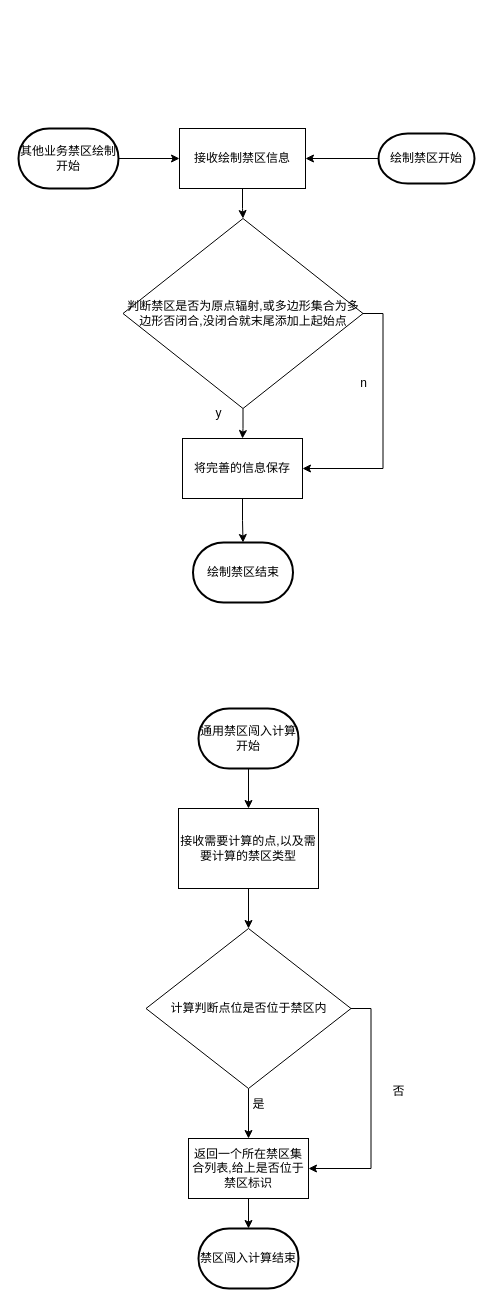
This is 未命名绘图.drawio from liguangrgj/fenx, a draw.io file, before an edit. Source tidied: cells renumbered, new cells numbered last; positions are measured from the earlier drawing's top-left corner, leaving out a move shared by most shapes. Both pictures are drawn from the tidied source at 100%, with x=0, y=0 at pixel (18, 128).
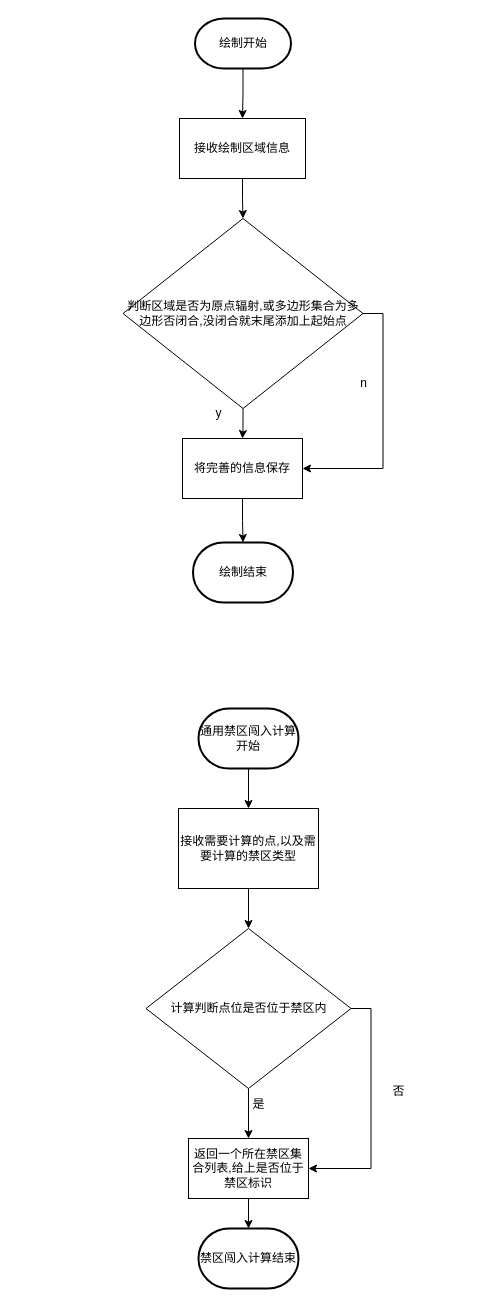
After the change.

What changed in the source:
```diff
@@
-    <mxCell id="2" style="edgeStyle=orthogonalEdgeStyle;rounded=0;jettySize=auto;html=1;entryX=1;entryY=0.5;entryDx=0;entryDy=0;" parent="1" edge="1" source="3" target="5">
+    <mxCell id="2" style="edgeStyle=orthogonalEdgeStyle;rounded=0;jettySize=auto;html=1;exitX=0.5;exitY=1;exitDx=0;exitDy=0;exitPerimeter=0;" parent="1" edge="1" source="3" target="5">
       <mxGeometry relative="1" as="geometry" />
     </mxCell>
-    <mxCell id="3" value="绘制禁区开始" style="strokeWidth=2;html=1;shape=mxgraph.flowchart.terminator;whiteSpace=wrap;" parent="1" vertex="1">
-      <mxGeometry x="360" y="5" width="96" height="50" as="geometry" />
+    <mxCell id="3" value="绘制开始" style="strokeWidth=2;html=1;shape=mxgraph.flowchart.terminator;whiteSpace=wrap;" parent="1" vertex="1">
+      <mxGeometry x="176.5" y="-110" width="96" height="50" as="geometry" />
     </mxCell>
@@
-    <mxCell id="5" value="接收绘制禁区信息" style="rounded=0;whiteSpace=wrap;html=1;" parent="1" vertex="1">
-      <mxGeometry x="161" width="126" height="60" as="geometry" />
+    <mxCell id="5" value="接收绘制区域信息" style="rounded=0;whiteSpace=wrap;html=1;" parent="1" vertex="1">
+      <mxGeometry x="161" y="-10" width="126" height="60" as="geometry" />
     </mxCell>
@@
-    <mxCell id="8" value="判断禁区是否为原点辐射,或多边形集合为多边形否闭合,没闭合就末尾添加上起始点" style="rhombus;whiteSpace=wrap;html=1;" parent="1" vertex="1">
+    <mxCell id="8" value="判断区域是否为原点辐射,或多边形集合为多边形否闭合,没闭合就末尾添加上起始点" style="rhombus;whiteSpace=wrap;html=1;" parent="1" vertex="1">
       <mxGeometry x="104.5" y="90" width="240" height="190" as="geometry" />
     </mxCell>
@@
-    <mxCell id="13" value="绘制禁区结束" style="strokeWidth=2;html=1;shape=mxgraph.flowchart.terminator;whiteSpace=wrap;" parent="1" vertex="1">
+    <mxCell id="13" value="绘制结束" style="strokeWidth=2;html=1;shape=mxgraph.flowchart.terminator;whiteSpace=wrap;" parent="1" vertex="1">
       <mxGeometry x="174.5" y="414" width="100" height="60" as="geometry" />
     </mxCell>
-    <mxCell id="14" style="edgeStyle=orthogonalEdgeStyle;rounded=0;jettySize=auto;html=1;exitX=1;exitY=0.5;exitDx=0;exitDy=0;exitPerimeter=0;entryX=0;entryY=0.5;entryDx=0;entryDy=0;" parent="1" edge="1" source="15" target="5">
-      <mxGeometry relative="1" as="geometry" />
-    </mxCell>
-    <mxCell id="15" value="其他业务禁区绘制开始" style="strokeWidth=2;html=1;shape=mxgraph.flowchart.terminator;whiteSpace=wrap;" parent="1" vertex="1">
-      <mxGeometry width="100" height="60" as="geometry" />
-    </mxCell>
```
